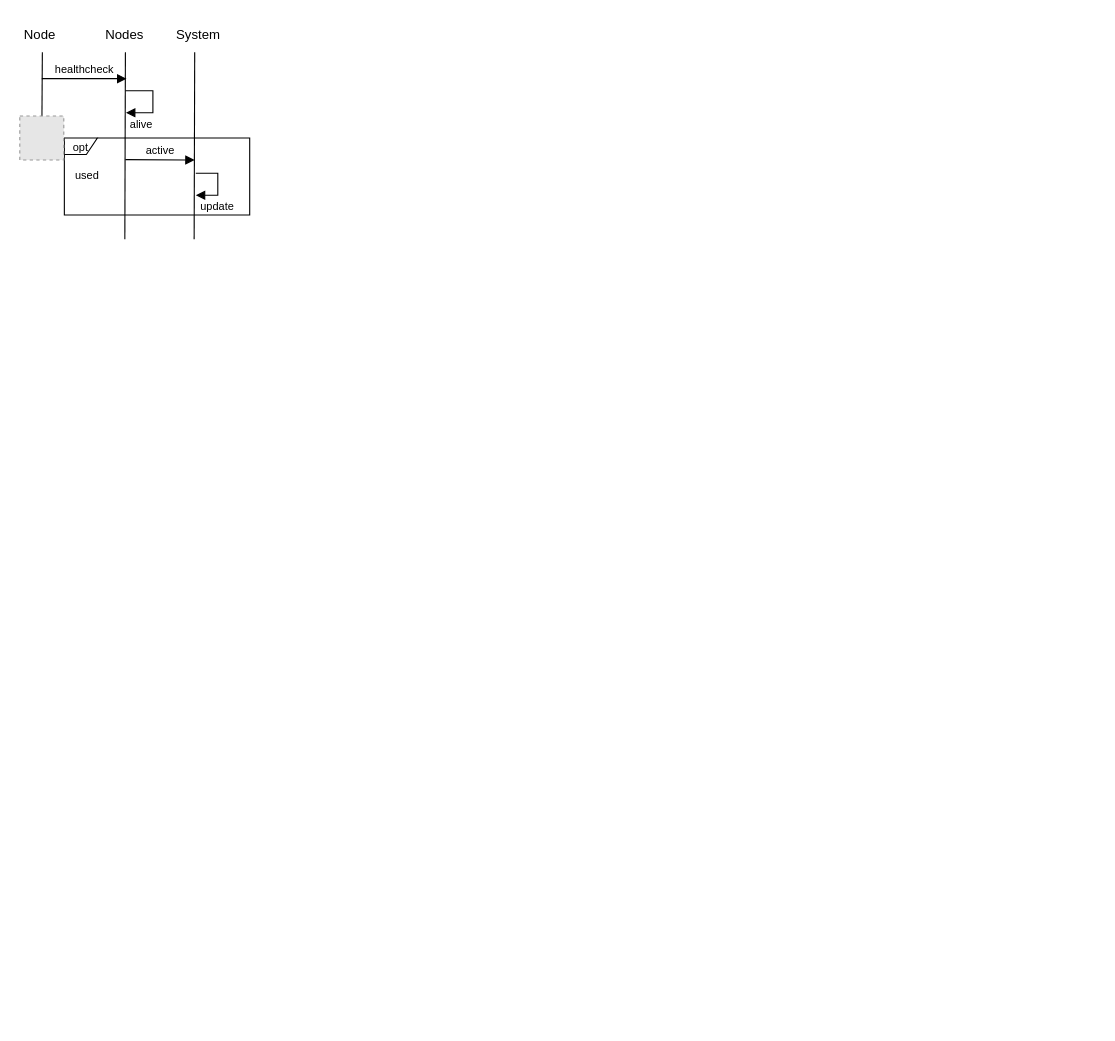
Before: diagrams/healthcheck_sequence.drawio in MilosSimic/phd-thesis, a draw.io diagram. Source tidied: cells renumbered, new cells numbered last; positions are measured from the earlier drawing's top-left corner, leaving out a move shared by most shapes. Both pictures are drawn from the tidied source at 110%, with x=0, y=0 at pixel (19, 19). Pictures stored in the file or linked from it are replaced by grey dashed boxes.
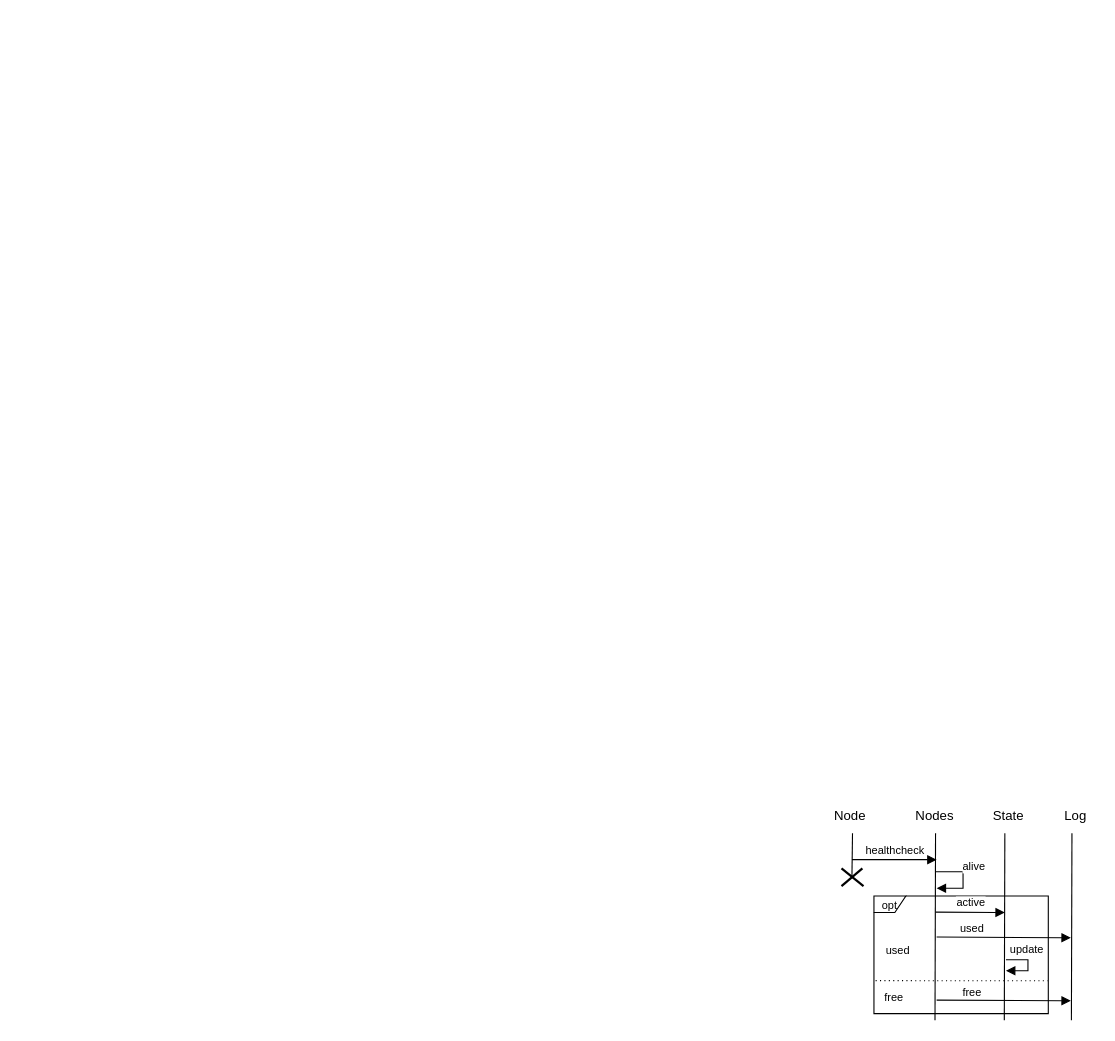
The same diagram, later.

Diff of the diagram source:
```diff
@@
-    <mxCell id="2" style="endArrow=none;html=1;" parent="1" edge="1">
-      <mxGeometry relative="1" as="geometry">
-        <mxPoint x="159" y="200" as="sourcePoint" />
-        <mxPoint x="159.5" y="30" as="targetPoint" />
-      </mxGeometry>
-    </mxCell>
-    <mxCell id="3" style="endArrow=none;html=1;" parent="1" edge="1">
-      <mxGeometry relative="1" as="geometry">
-        <mxPoint x="96" y="200" as="sourcePoint" />
-        <mxPoint x="96.5" y="30" as="targetPoint" />
-      </mxGeometry>
-    </mxCell>
-    <mxCell id="4" value="System" style="text;align=center;fontStyle=0;verticalAlign=middle;spacingLeft=3;spacingRight=3;strokeColor=none;" parent="1" vertex="1">
-      <mxGeometry x="143.5" width="39" height="26" as="geometry" />
-    </mxCell>
+    <mxCell id="15" style="endArrow=none;html=1;" parent="1" edge="1">
+      <mxGeometry relative="1" as="geometry">
+        <mxPoint x="895.5" y="910" as="sourcePoint" />
+        <mxPoint x="896" y="740" as="targetPoint" />
+      </mxGeometry>
+    </mxCell>
+    <mxCell id="16" style="endArrow=none;html=1;" parent="1" edge="1">
+      <mxGeometry relative="1" as="geometry">
+        <mxPoint x="832.5" y="910" as="sourcePoint" />
+        <mxPoint x="833" y="740" as="targetPoint" />
+      </mxGeometry>
+    </mxCell>
+    <mxCell id="17" value="State" style="text;align=center;fontStyle=0;verticalAlign=middle;spacingLeft=3;spacingRight=3;strokeColor=none;" parent="1" vertex="1">
+      <mxGeometry x="880" y="710" width="39" height="26" as="geometry" />
+    </mxCell>
     <mxCell id="5" value="Nodes" style="text;align=center;fontStyle=0;verticalAlign=middle;spacingLeft=3;spacingRight=3;strokeColor=none;" parent="1" vertex="1">
-      <mxGeometry x="76.5" width="39" height="26" as="geometry" />
+      <mxGeometry x="813" y="710" width="39" height="26" as="geometry" />
     </mxCell>
-    <mxCell id="6" style="endArrow=none;html=1;" parent="1" edge="1">
-      <mxGeometry relative="1" as="geometry">
-        <mxPoint x="20.5" y="110" as="sourcePoint" />
-        <mxPoint x="21" y="30" as="targetPoint" />
-      </mxGeometry>
-    </mxCell>
+    <mxCell id="18" style="endArrow=none;html=1;" parent="1" edge="1">
+      <mxGeometry relative="1" as="geometry">
+        <mxPoint x="757" y="780" as="sourcePoint" />
+        <mxPoint x="757.5" y="740" as="targetPoint" />
+      </mxGeometry>
+    </mxCell>
     <mxCell id="7" value="Node" style="text;align=center;fontStyle=0;verticalAlign=middle;spacingLeft=3;spacingRight=3;strokeColor=none;" parent="1" vertex="1">
-      <mxGeometry x="-0.5" width="39" height="26" as="geometry" />
+      <mxGeometry x="736" y="710" width="39" height="26" as="geometry" />
     </mxCell>
     <mxCell id="8" value="healthcheck" style="html=1;verticalAlign=bottom;endArrow=block;fontSize=10;" parent="1" edge="1">
       <mxGeometry relative="1" as="geometry">
-        <mxPoint x="20.5" y="54" as="sourcePoint" />
-        <mxPoint x="97.5" y="54" as="targetPoint" />
+        <mxPoint x="757" y="764" as="sourcePoint" />
+        <mxPoint x="834" y="764" as="targetPoint" />
       </mxGeometry>
     </mxCell>
-    <mxCell id="9" value="opt" style="shape=umlFrame;whiteSpace=wrap;html=1;strokeWidth=1;fontSize=10;width=30;height=15;" parent="1" vertex="1">
-      <mxGeometry x="41" y="108" width="168.5" height="70" as="geometry" />
+    <mxCell id="9" value="opt" style="shape=umlFrame;whiteSpace=wrap;html=1;strokeWidth=1;fontSize=10;width=29;height=15;" parent="1" vertex="1">
+      <mxGeometry x="777" y="797" width="158.5" height="107" as="geometry" />
     </mxCell>
     <mxCell id="10" value="alive" style="edgeStyle=orthogonalEdgeStyle;html=1;align=left;spacingLeft=2;endArrow=block;rounded=0;fontSize=10;" parent="1" edge="1">
-      <mxGeometry x="1" y="10" relative="1" as="geometry">
-        <mxPoint x="96.5" y="65" as="sourcePoint" />
-        <mxPoint x="97" y="85" as="targetPoint" />
+      <mxGeometry x="-0.34" y="5" relative="1" as="geometry">
+        <mxPoint x="833" y="775" as="sourcePoint" />
+        <mxPoint x="834" y="790" as="targetPoint" />
         <Array as="points">
-          <mxPoint x="121.5" y="65" />
+          <mxPoint x="858" y="775" />
         </Array>
       </mxGeometry>
     </mxCell>
     <mxCell id="11" value="used" style="text;html=1;strokeColor=none;fillColor=none;align=center;verticalAlign=middle;whiteSpace=wrap;rounded=0;fontSize=10;" parent="1" vertex="1">
-      <mxGeometry x="42" y="132" width="40" height="20" as="geometry" />
+      <mxGeometry x="778.5" y="836" width="40" height="20" as="geometry" />
     </mxCell>
     <mxCell id="12" value="active" style="html=1;verticalAlign=bottom;endArrow=block;fontSize=10;" parent="1" edge="1">
       <mxGeometry relative="1" as="geometry">
-        <mxPoint x="96.5" y="127.6" as="sourcePoint" />
-        <mxPoint x="159.5" y="128" as="targetPoint" />
+        <mxPoint x="833" y="811.7" as="sourcePoint" />
+        <mxPoint x="896" y="812.1" as="targetPoint" />
       </mxGeometry>
     </mxCell>
-    <mxCell id="13" value="update" style="edgeStyle=orthogonalEdgeStyle;html=1;align=left;spacingLeft=2;endArrow=block;rounded=0;entryX=1;entryY=0;fontSize=10;" parent="1" edge="1">
-      <mxGeometry x="1" y="10" relative="1" as="geometry">
-        <mxPoint x="160.5" y="140" as="sourcePoint" />
-        <mxPoint x="160.5" y="160" as="targetPoint" />
+    <mxCell id="13" value="update" style="edgeStyle=orthogonalEdgeStyle;html=1;align=left;spacingLeft=2;endArrow=block;rounded=0;fontSize=10;" parent="1" edge="1">
+      <mxGeometry x="-1" y="10" relative="1" as="geometry">
+        <mxPoint x="897" y="855" as="sourcePoint" />
+        <mxPoint x="897" y="865" as="targetPoint" />
         <Array as="points">
-          <mxPoint x="180.5" y="140" />
+          <mxPoint x="917" y="855" />
         </Array>
       </mxGeometry>
     </mxCell>
-    <mxCell id="14" style="fillColor=#E6E6E6;strokeColor=#999999;dashed=1;html=1;verticalAlign=top;verticalLabelPosition=bottom;labelBackgroundColor=#ffffff;" parent="1" vertex="1">
-      <mxGeometry x="0.5" y="88" width="40" height="40" as="geometry" />
-    </mxCell>
+    <mxCell id="19" style="endArrow=none;html=1;" parent="1" edge="1">
+      <mxGeometry relative="1" as="geometry">
+        <mxPoint x="956.5" y="910" as="sourcePoint" />
+        <mxPoint x="957" y="740" as="targetPoint" />
+      </mxGeometry>
+    </mxCell>
+    <mxCell id="20" value="Log" style="text;align=center;fontStyle=0;verticalAlign=middle;spacingLeft=3;spacingRight=3;strokeColor=none;" parent="1" vertex="1">
+      <mxGeometry x="941" y="710" width="39" height="26" as="geometry" />
+    </mxCell>
+    <mxCell id="21" style="endArrow=none;dashed=1;html=1;dashPattern=1 3;strokeWidth=1;entryX=0.996;entryY=0.627;entryDx=0;entryDy=0;entryPerimeter=0;" parent="1" edge="1">
+      <mxGeometry relative="1" as="geometry">
+        <mxPoint x="778.5" y="874" as="sourcePoint" />
+        <mxPoint x="934.9" y="874.1" as="targetPoint" />
+      </mxGeometry>
+    </mxCell>
+    <mxCell id="22" value="free" style="text;html=1;strokeColor=none;fillColor=none;align=center;verticalAlign=middle;whiteSpace=wrap;rounded=0;fontSize=10;" parent="1" vertex="1">
+      <mxGeometry x="778.5" y="879" width="32.5" height="20" as="geometry" />
+    </mxCell>
+    <mxCell id="23" value="used" style="html=1;verticalAlign=bottom;endArrow=block;fontSize=10;" parent="1" edge="1">
+      <mxGeometry x="-0.48" y="-1" relative="1" as="geometry">
+        <mxPoint x="834" y="834.3" as="sourcePoint" />
+        <mxPoint x="956" y="835" as="targetPoint" />
+      </mxGeometry>
+    </mxCell>
+    <mxCell id="24" value="free" style="html=1;verticalAlign=bottom;endArrow=block;fontSize=10;" parent="1" edge="1">
+      <mxGeometry x="-0.48" y="-1" relative="1" as="geometry">
+        <mxPoint x="834" y="891.7" as="sourcePoint" />
+        <mxPoint x="956" y="892.3" as="targetPoint" />
+      </mxGeometry>
+    </mxCell>
+    <mxCell id="25" style="group;" parent="1" vertex="1">
+      <mxGeometry x="747.5" y="772" width="20" height="16" as="geometry" />
+    </mxCell>
+    <mxCell id="26" style="endArrow=none;html=1;strokeWidth=2;" parent="25" edge="1">
+      <mxGeometry relative="1" as="geometry">
+        <mxPoint as="sourcePoint" />
+        <mxPoint x="20" y="16" as="targetPoint" />
+      </mxGeometry>
+    </mxCell>
+    <mxCell id="27" style="endArrow=none;html=1;strokeWidth=2;" parent="25" edge="1">
+      <mxGeometry relative="1" as="geometry">
+        <mxPoint y="16" as="sourcePoint" />
+        <mxPoint x="19" as="targetPoint" />
+      </mxGeometry>
+    </mxCell>
```
